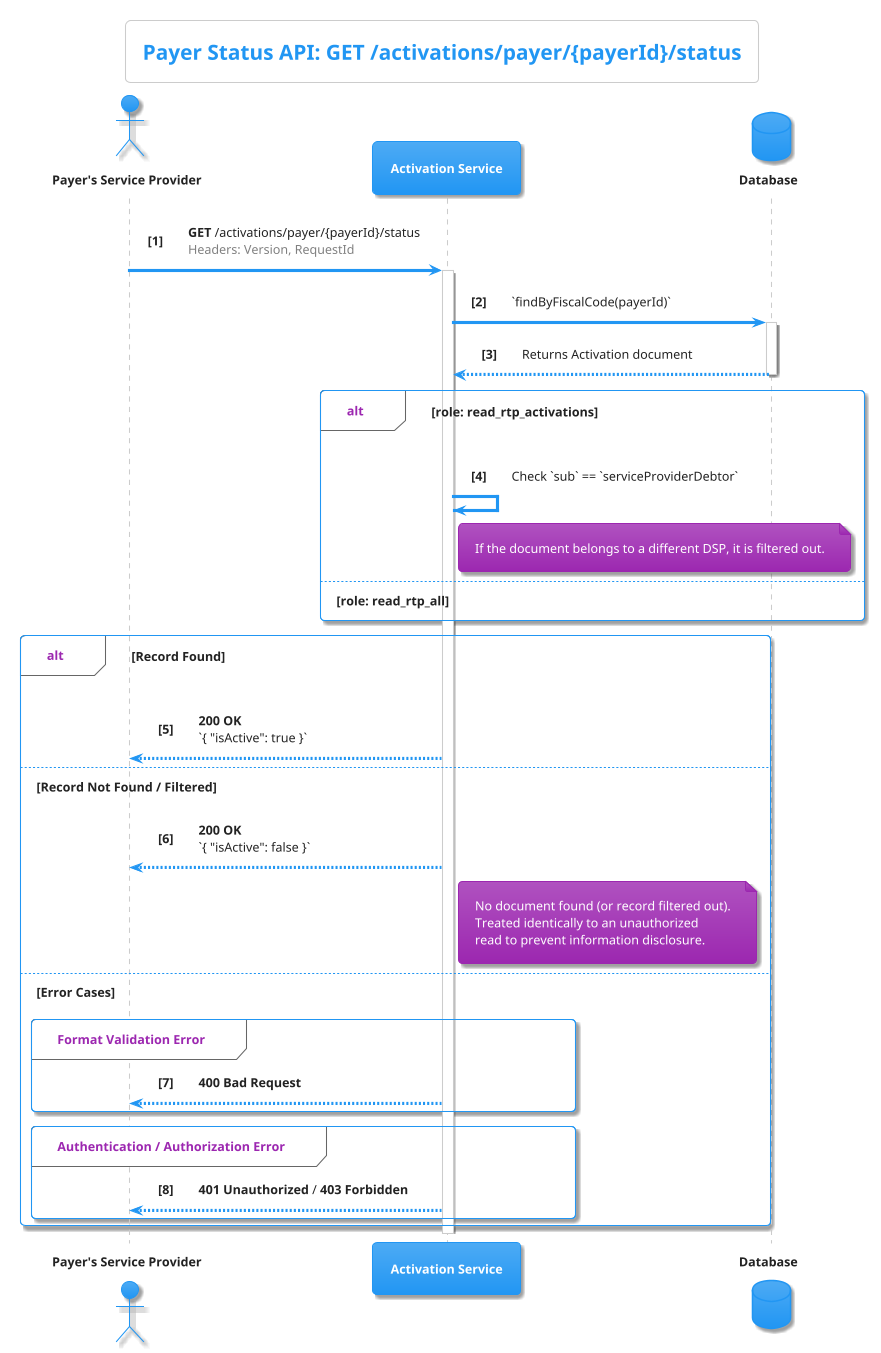
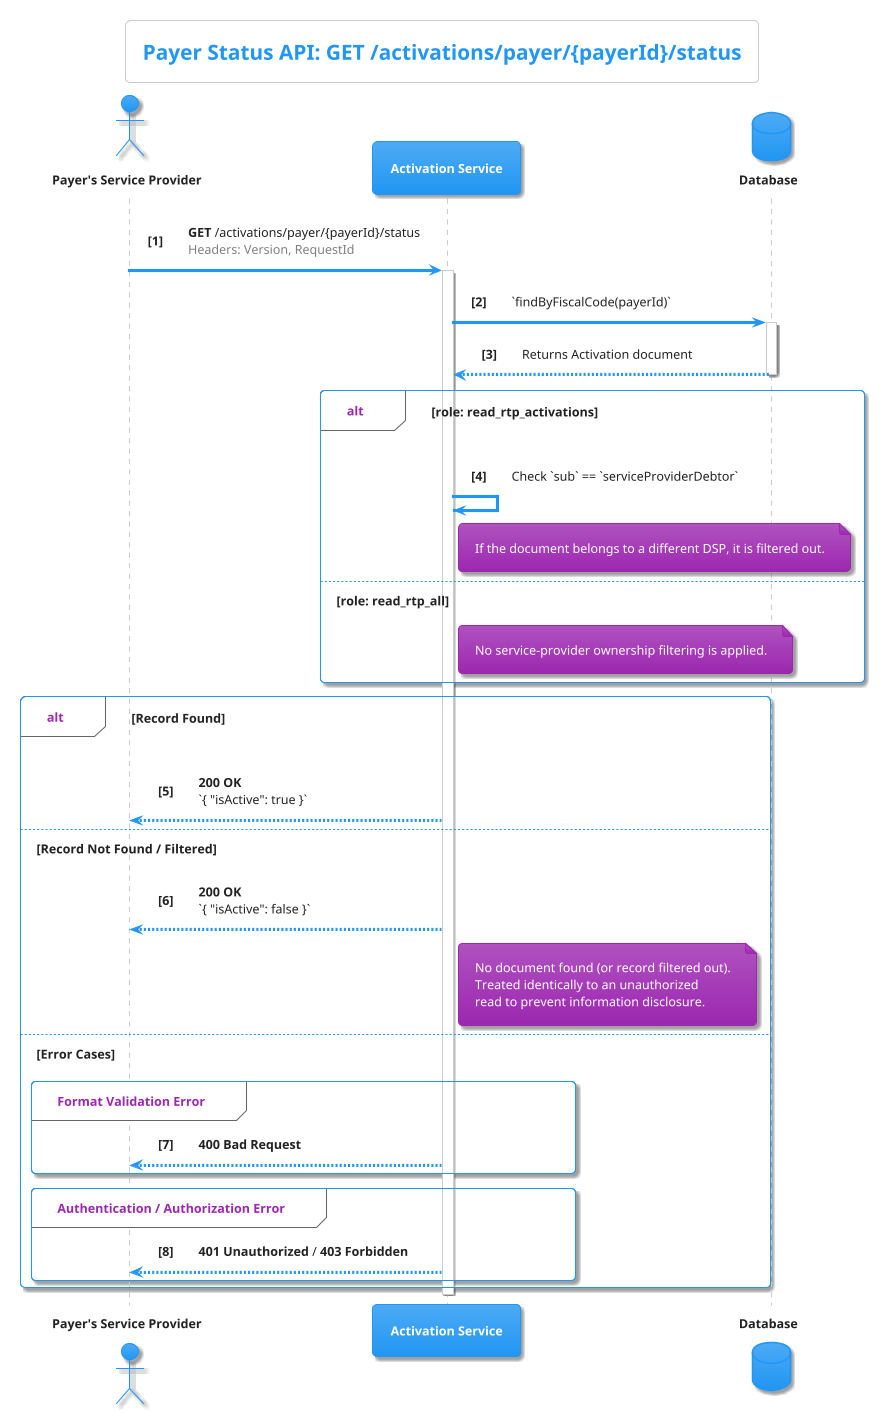
@startuml
' PlantUML Diagram for RTP Payer Active Status API
' Title: Payer Active Status Check Sequence Diagram
' Version: 1.0.0
'
!theme materia

skinparam SequenceBoxBackgroundColor white
skinparam backgroundColor white

title Payer Status API: GET /activations/payer/{payerId}/status

actor "**Payer's Service Provider**" as DSP
participant "**Activation Service**" as AS
database "**Database**" as DB

autonumber "<b>[0]"

DSP -> AS: **GET** /activations/payer/{payerId}/status\n<font color=gray>Headers: Version, RequestId</font>
activate AS

AS -> DB: `findByFiscalCode(payerId)`
activate DB
DB --> AS: Returns Activation document
deactivate DB

alt **role: read_rtp_activations**

    AS -> AS: Check `sub` == `serviceProviderDebtor`
    note right of AS: If the document belongs to a different DSP, it is filtered out.

else **role: read_rtp_all**

+     note right of AS: No service-provider ownership filtering is applied.
+ 
end

alt **Record Found**

    AS --> DSP: **200 OK**\n`{ "isActive": true }`


else **Record Not Found / Filtered**

    AS --> DSP: **200 OK**\n`{ "isActive": false }`
    note right of AS: No document found (or record filtered out).\nTreated identically to an unauthorized\nread to prevent information disclosure.


else **Error Cases**

    group Format Validation Error
        AS --> DSP: **400 Bad Request**
    end group

    group Authentication / Authorization Error
        AS --> DSP: **401 Unauthorized** / **403 Forbidden**
    end group

end

deactivate AS

@enduml